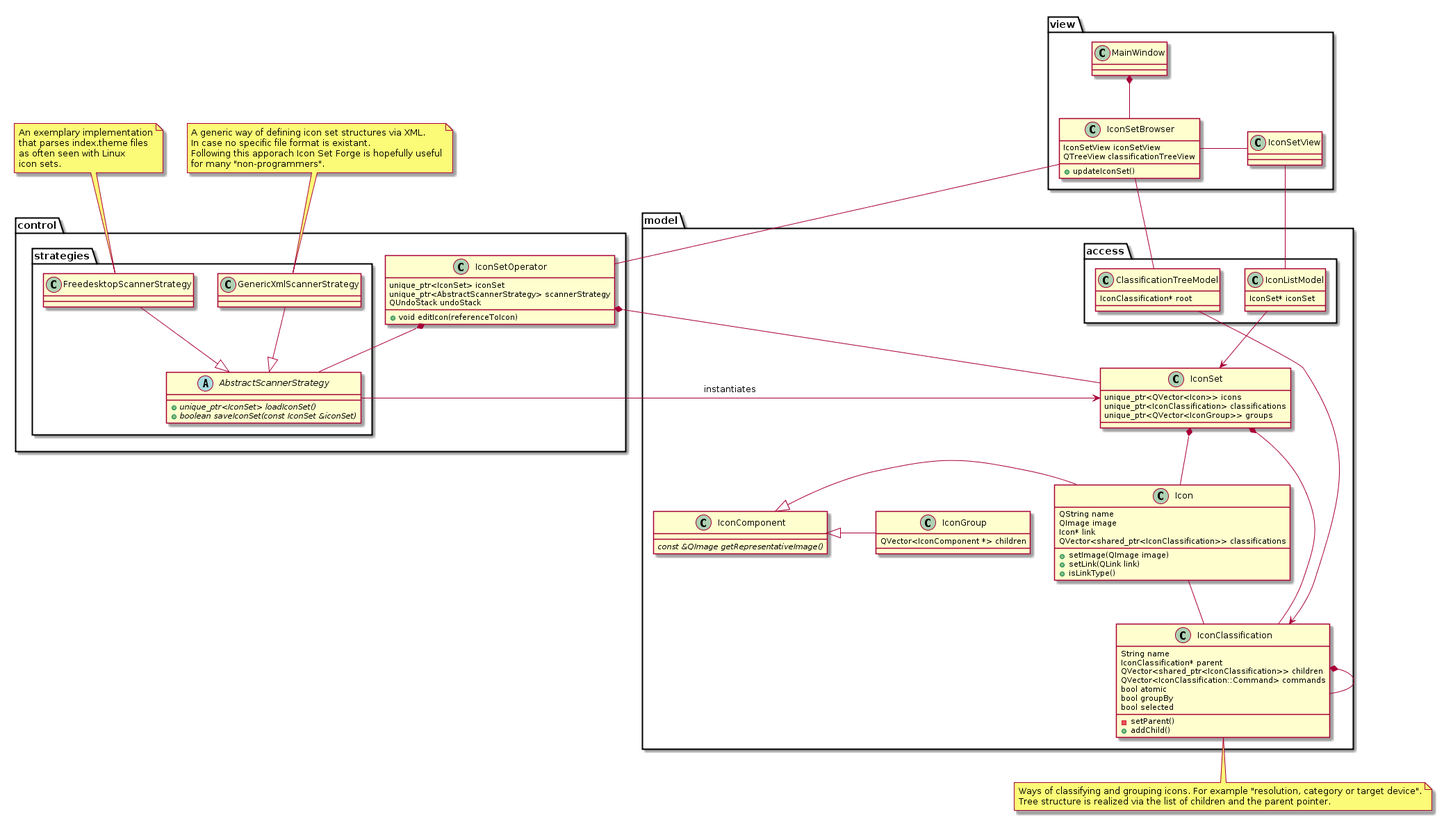
Manuel-Kehl/Icon-Set-Forge keeps this PlantUML diagram as Concept/UML/classes.png. Above is the earlier version.
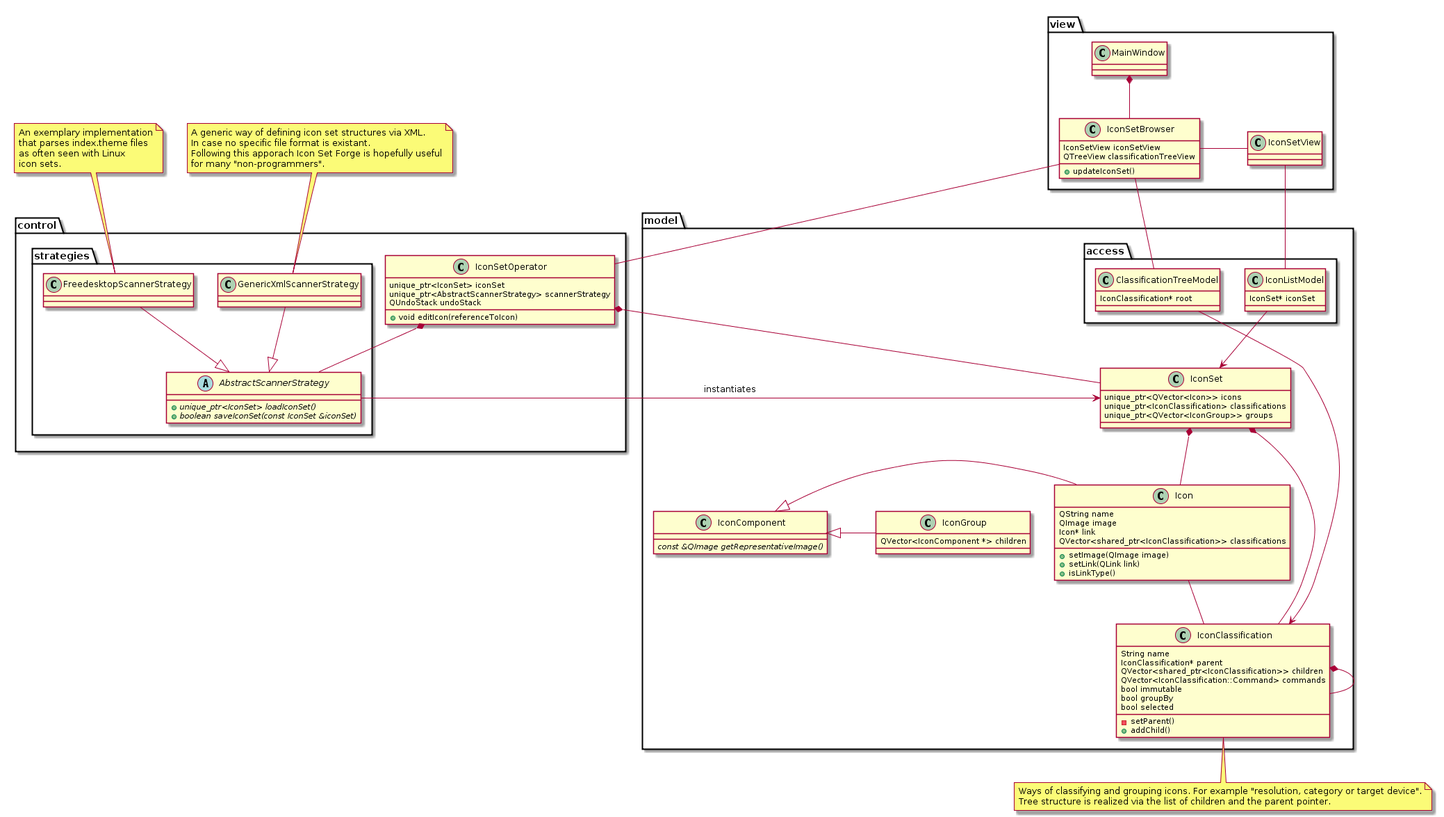
After the change.

Change to the diagram source:
```diff
@@ -38,7 +38,7 @@
 		IconClassification* parent
 		QVector<shared_ptr<IconClassification>> children
 		QVector<IconClassification::Command> commands
-		bool atomic
+		bool immutable
 		bool groupBy
 		bool selected
 		- setParent()
```
